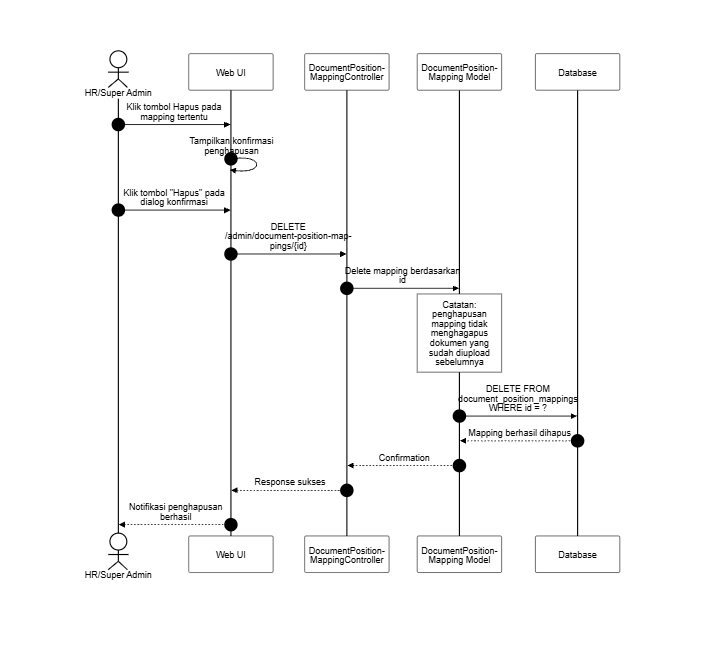
Above: docs/SequenceDiagram/PNG_Transparent/DataMasterDokumenPosisi-Delete.png in SulaimanHafi23/SimpegRSHDI (Mermaid), before the change. Its source is kept beside it as docs/SequenceDiagram/DataMasterDokumenPosisi-Delete.mermaid.
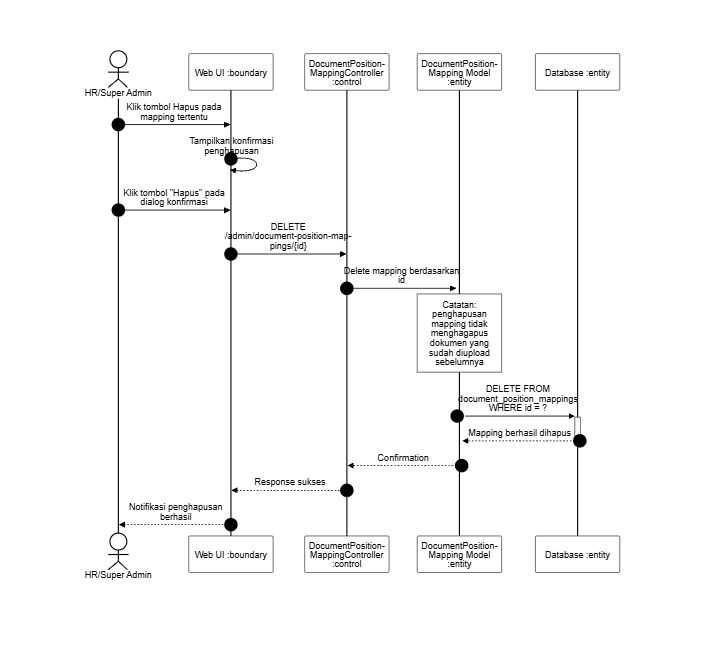
After the commit.

The edit, as a diff of the source:
```diff
@@ -6,19 +6,19 @@
 sequenceDiagram
     autonumber
     actor HR as HR/Super Admin
-    participant UI as Web UI
-    participant C as DocumentPositionMappingController
-    participant DPM as DocumentPositionMapping Model
-    participant DB as Database
+    participant UI as Web UI :boundary
+    participant C as DocumentPositionMappingController :control
+    participant DPM as DocumentPositionMapping Model :entity
+    participant DB as Database :entity
 
     HR->>UI: Klik tombol Hapus pada mapping tertentu
     UI->>UI: Tampilkan konfirmasi penghapusan
     HR->>UI: Klik tombol "Hapus" pada dialog konfirmasi
     UI->>C: DELETE /admin/document-position-mappings/{id}
-    C->>DPM: Delete mapping berdasarkan id
+    C->>+DPM: Delete mapping berdasarkan id
     note over DPM: Catatan: penghapusan mapping tidak menghagapus dokumen yang sudah diupload sebelumnya
-    DPM->>DB: DELETE FROM document_position_mappings WHERE id = ?
-    DB-->>DPM: Mapping berhasil dihapus
+    DPM->>+DB: DELETE FROM document_position_mappings WHERE id = ?
+    DB-->>-DPM: Mapping berhasil dihapus
     DPM-->>C: Confirmation
     C-->>UI: Response sukses
     UI-->>HR: Notifikasi penghapusan berhasil
```
